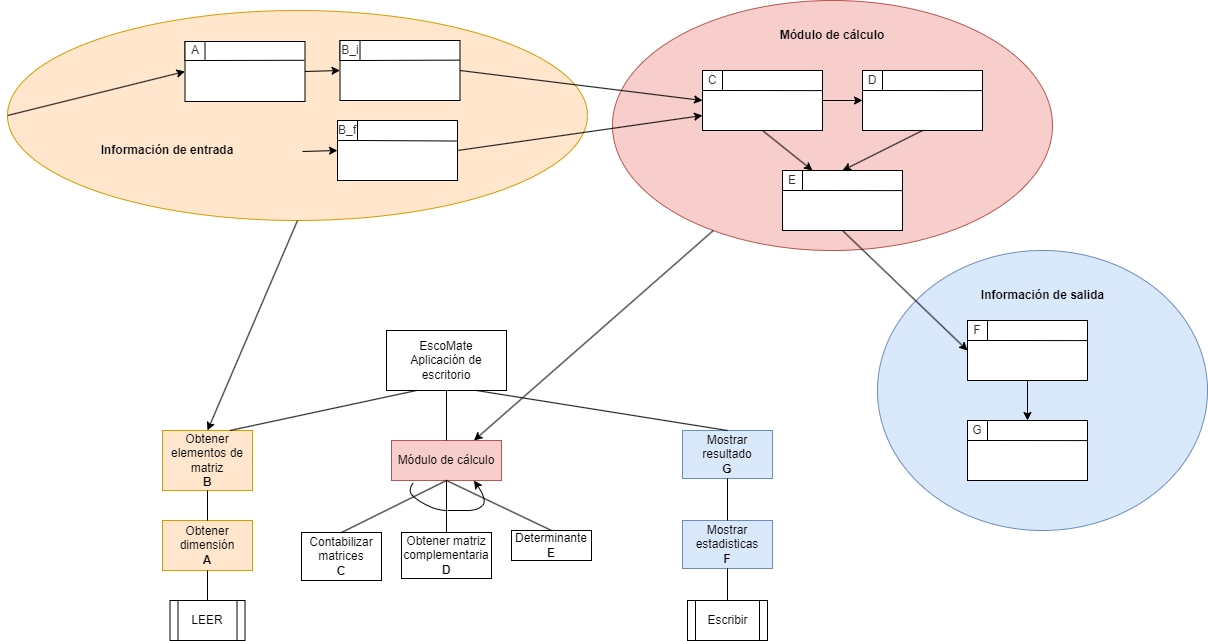
Before: Documentos/Diagramas/DiagramaEstructura-DiagramaEscritorio.drawio.png, a diagram exported from draw.io (DiegoZunigaRguez/determinantsByBlocks). Source tidied: cells renumbered, new cells last; positions are measured from the earlier drawing's top-left corner, leaving out a move shared by most shapes.
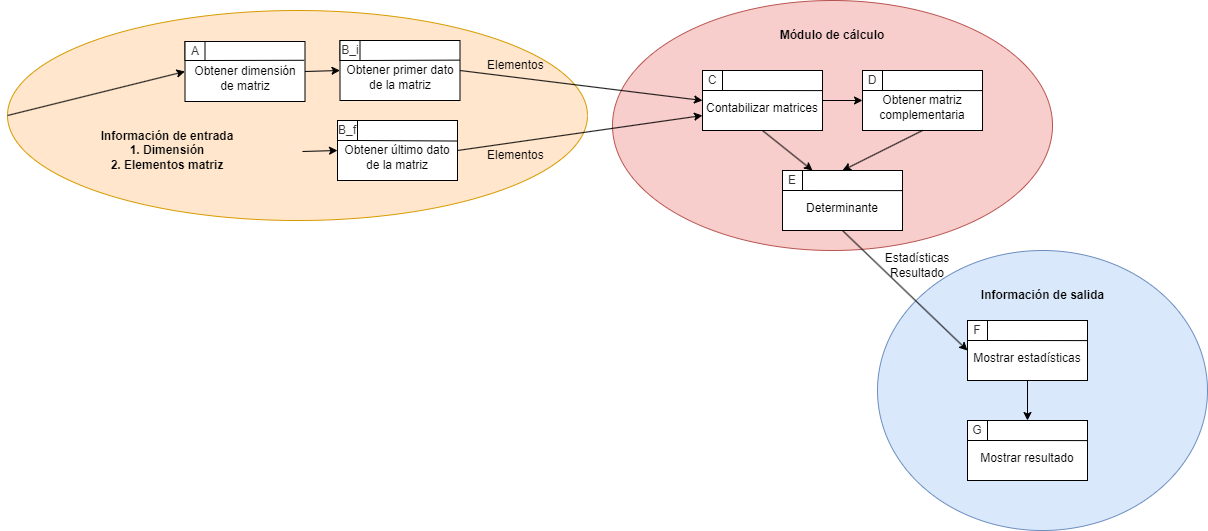
After the change.

The edit, as a diff of the source:
```diff
@@ -10,17 +10,2 @@
     </mxCell>
-    <mxCell id="4" value="EscoMate&lt;br&gt;Aplicación de escritorio" style="rounded=0;whiteSpace=wrap;html=1;" parent="1" vertex="1">
-      <mxGeometry x="379" y="330" width="120" height="60" as="geometry" />
-    </mxCell>
-    <mxCell id="5" value="Obtener dimensión&lt;br&gt;&lt;b&gt;A&lt;/b&gt;" style="rounded=0;whiteSpace=wrap;html=1;fillColor=#ffe6cc;strokeColor=#d79b00;" parent="1" vertex="1">
-      <mxGeometry x="155" y="520" width="90" height="50" as="geometry" />
-    </mxCell>
-    <mxCell id="6" value="Obtener elementos de matriz&lt;br&gt;&lt;b&gt;B&lt;/b&gt;" style="rounded=0;whiteSpace=wrap;html=1;fillColor=#ffe6cc;strokeColor=#d79b00;" parent="1" vertex="1">
-      <mxGeometry x="155" y="430" width="90" height="60" as="geometry" />
-    </mxCell>
-    <mxCell id="7" value="LEER" style="shape=process;whiteSpace=wrap;html=1;backgroundOutline=1;" parent="1" vertex="1">
-      <mxGeometry x="162.5" y="600" width="75" height="40" as="geometry" />
-    </mxCell>
-    <mxCell id="8" value="Módulo de cálculo" style="rounded=0;whiteSpace=wrap;html=1;fillColor=#f8cecc;strokeColor=#b85450;" parent="1" vertex="1">
-      <mxGeometry x="384" y="440" width="110" height="40" as="geometry" />
-    </mxCell>
     <mxCell id="9" style="ellipse;whiteSpace=wrap;html=1;fillColor=#ffe6cc;strokeColor=#d79b00;" parent="1" vertex="1">
@@ -34,5 +19,5 @@
     </mxCell>
-    <mxCell id="12" style="rounded=0;whiteSpace=wrap;html=1;" parent="11" vertex="1">
-      <mxGeometry width="120" height="60" as="geometry" />
-    </mxCell>
+    <mxCell id="75" value="&lt;br&gt;Obtener primer dato de la matriz" style="rounded=0;whiteSpace=wrap;html=1;" parent="11" vertex="1">
+      <mxGeometry width="120" height="60" as="geometry" />
+    </mxCell>
     <mxCell id="13" value="B_i" style="text;html=1;align=center;verticalAlign=middle;whiteSpace=wrap;rounded=0;fillColor=#FFFFFF;fontColor=#333333;strokeColor=#000000;" parent="11" vertex="1">
@@ -40,11 +25,11 @@
     </mxCell>
-    <mxCell id="14" style="endArrow=none;html=1;rounded=0;exitX=1;exitY=1;exitDx=0;exitDy=0;entryX=0.999;entryY=0.327;entryDx=0;entryDy=0;entryPerimeter=0;" parent="11" edge="1" source="13" target="12">
-      <mxGeometry relative="1" as="geometry" />
-    </mxCell>
-    <mxCell id="15" style="rounded=0;whiteSpace=wrap;html=1;" parent="10" vertex="1">
-      <mxGeometry y="1" width="120" height="60" as="geometry" />
-    </mxCell>
-    <mxCell id="16" style="endArrow=classic;html=1;rounded=0;exitX=1;exitY=0.5;exitDx=0;exitDy=0;entryX=0;entryY=0.5;entryDx=0;entryDy=0;" parent="10" edge="1" source="15" target="12">
-      <mxGeometry relative="1" as="geometry" />
-    </mxCell>
+    <mxCell id="76" style="endArrow=none;html=1;rounded=0;exitX=1;exitY=1;exitDx=0;exitDy=0;entryX=0.999;entryY=0.327;entryDx=0;entryDy=0;entryPerimeter=0;" parent="11" edge="1" source="13" target="75">
+      <mxGeometry relative="1" as="geometry" />
+    </mxCell>
+    <mxCell id="77" value="&lt;br&gt;Obtener dimensión de matriz" style="rounded=0;whiteSpace=wrap;html=1;" parent="10" vertex="1">
+      <mxGeometry y="1" width="120" height="60" as="geometry" />
+    </mxCell>
+    <mxCell id="78" style="endArrow=classic;html=1;rounded=0;exitX=1;exitY=0.5;exitDx=0;exitDy=0;entryX=0;entryY=0.5;entryDx=0;entryDy=0;" parent="10" edge="1" source="77" target="75">
+      <mxGeometry relative="1" as="geometry" />
+    </mxCell>
     <mxCell id="17" value="A" style="text;html=1;align=center;verticalAlign=middle;whiteSpace=wrap;rounded=0;fillColor=#FFFFFF;fontColor=#333333;strokeColor=#000000;" parent="10" vertex="1">
@@ -52,50 +37,8 @@
     </mxCell>
-    <mxCell id="18" style="endArrow=none;html=1;rounded=0;exitX=1;exitY=1;exitDx=0;exitDy=0;entryX=0.993;entryY=0.313;entryDx=0;entryDy=0;entryPerimeter=0;" parent="10" edge="1" source="17" target="15">
-      <mxGeometry relative="1" as="geometry" />
-    </mxCell>
-    <mxCell id="19" style="endArrow=classic;html=1;rounded=0;exitX=0;exitY=0.5;exitDx=0;exitDy=0;entryX=0;entryY=0.5;entryDx=0;entryDy=0;" parent="1" edge="1" source="9" target="15">
-      <mxGeometry relative="1" as="geometry" />
-    </mxCell>
-    <mxCell id="20" value="Obtener matriz complementaria&lt;br&gt;&lt;b&gt;D&lt;/b&gt;" style="rounded=0;whiteSpace=wrap;html=1;" parent="1" vertex="1">
-      <mxGeometry x="394" y="532" width="90" height="46" as="geometry" />
-    </mxCell>
-    <mxCell id="21" value="Contabilizar matrices&lt;br&gt;&lt;b&gt;C&lt;/b&gt;" style="rounded=0;whiteSpace=wrap;html=1;" parent="1" vertex="1">
-      <mxGeometry x="294" y="532" width="80" height="48" as="geometry" />
-    </mxCell>
-    <mxCell id="22" value="Determinante&lt;br&gt;&lt;b&gt;E&lt;/b&gt;" style="rounded=0;whiteSpace=wrap;html=1;" parent="1" vertex="1">
-      <mxGeometry x="504" y="530" width="80" height="30" as="geometry" />
-    </mxCell>
-    <mxCell id="23" style="endArrow=none;html=1;rounded=0;entryX=0.5;entryY=1;entryDx=0;entryDy=0;exitX=0.5;exitY=0;exitDx=0;exitDy=0;" parent="1" edge="1" source="21" target="8">
-      <mxGeometry relative="1" as="geometry" />
-    </mxCell>
-    <mxCell id="24" style="endArrow=none;html=1;rounded=0;entryX=0.5;entryY=1;entryDx=0;entryDy=0;exitX=0.5;exitY=0;exitDx=0;exitDy=0;" parent="1" edge="1" source="20" target="8">
-      <mxGeometry relative="1" as="geometry" />
-    </mxCell>
-    <mxCell id="25" style="endArrow=none;html=1;rounded=0;entryX=0.5;entryY=1;entryDx=0;entryDy=0;exitX=0.5;exitY=0;exitDx=0;exitDy=0;" parent="1" edge="1" source="22" target="8">
-      <mxGeometry relative="1" as="geometry" />
-    </mxCell>
-    <mxCell id="26" style="curved=1;endArrow=classic;html=1;rounded=0;exitX=0.199;exitY=1.057;exitDx=0;exitDy=0;exitPerimeter=0;entryX=0.75;entryY=1;entryDx=0;entryDy=0;" parent="1" edge="1" source="8" target="8">
-      <mxGeometry relative="1" as="geometry">
-        <Array as="points">
-          <mxPoint x="400" y="490" />
-          <mxPoint x="410" y="500" />
-          <mxPoint x="430" y="510" />
-          <mxPoint x="450" y="510" />
-          <mxPoint x="470" y="510" />
-          <mxPoint x="480" y="500" />
-        </Array>
-      </mxGeometry>
-    </mxCell>
-    <mxCell id="27" style="endArrow=none;html=1;rounded=0;entryX=0.25;entryY=1;entryDx=0;entryDy=0;exitX=0.75;exitY=0;exitDx=0;exitDy=0;" parent="1" edge="1" source="6" target="4">
-      <mxGeometry relative="1" as="geometry" />
-    </mxCell>
-    <mxCell id="28" style="endArrow=none;html=1;rounded=0;entryX=0.5;entryY=1;entryDx=0;entryDy=0;" parent="1" edge="1" source="5" target="6">
-      <mxGeometry relative="1" as="geometry" />
-    </mxCell>
-    <mxCell id="29" style="endArrow=none;html=1;rounded=0;entryX=0.5;entryY=1;entryDx=0;entryDy=0;exitX=0.5;exitY=0;exitDx=0;exitDy=0;" parent="1" edge="1" source="7" target="5">
-      <mxGeometry relative="1" as="geometry" />
-    </mxCell>
-    <mxCell id="30" style="endArrow=classic;html=1;rounded=0;entryX=0.5;entryY=0;entryDx=0;entryDy=0;exitX=0.5;exitY=1;exitDx=0;exitDy=0;" parent="1" edge="1" source="9" target="6">
-      <mxGeometry relative="1" as="geometry" />
-    </mxCell>
+    <mxCell id="79" style="endArrow=none;html=1;rounded=0;exitX=1;exitY=1;exitDx=0;exitDy=0;entryX=0.993;entryY=0.313;entryDx=0;entryDy=0;entryPerimeter=0;" parent="10" edge="1" source="17" target="77">
+      <mxGeometry relative="1" as="geometry" />
+    </mxCell>
+    <mxCell id="80" style="endArrow=classic;html=1;rounded=0;exitX=0;exitY=0.5;exitDx=0;exitDy=0;entryX=0;entryY=0.5;entryDx=0;entryDy=0;" parent="1" edge="1" source="9" target="77">
+      <mxGeometry relative="1" as="geometry" />
+    </mxCell>
     <mxCell id="31" style="group;" parent="1" vertex="1">
@@ -106,5 +49,5 @@
     </mxCell>
-    <mxCell id="33" style="rounded=0;whiteSpace=wrap;html=1;" parent="32" vertex="1">
-      <mxGeometry width="120" height="60" as="geometry" />
-    </mxCell>
+    <mxCell id="81" value="&lt;br&gt;Obtener último dato de la matriz" style="rounded=0;whiteSpace=wrap;html=1;" parent="32" vertex="1">
+      <mxGeometry width="120" height="60" as="geometry" />
+    </mxCell>
     <mxCell id="34" value="B_f" style="text;html=1;align=center;verticalAlign=middle;whiteSpace=wrap;rounded=0;fillColor=#FFFFFF;fontColor=#333333;strokeColor=#000000;" parent="32" vertex="1">
@@ -112,10 +55,10 @@
     </mxCell>
-    <mxCell id="35" style="endArrow=none;html=1;rounded=0;exitX=1;exitY=1;exitDx=0;exitDy=0;entryX=0.992;entryY=0.342;entryDx=0;entryDy=0;entryPerimeter=0;" parent="32" edge="1" source="34" target="33">
-      <mxGeometry relative="1" as="geometry" />
-    </mxCell>
-    <mxCell id="36" style="endArrow=classic;html=1;rounded=0;exitX=1;exitY=0.5;exitDx=0;exitDy=0;entryX=0;entryY=0.5;entryDx=0;entryDy=0;" parent="31" edge="1" target="33">
-      <mxGeometry relative="1" as="geometry">
-        <mxPoint y="31" as="sourcePoint" />
-      </mxGeometry>
-    </mxCell>
+    <mxCell id="82" style="endArrow=none;html=1;rounded=0;exitX=1;exitY=1;exitDx=0;exitDy=0;entryX=0.992;entryY=0.342;entryDx=0;entryDy=0;entryPerimeter=0;" parent="32" edge="1" source="34" target="81">
+      <mxGeometry relative="1" as="geometry" />
+    </mxCell>
+    <mxCell id="83" style="endArrow=classic;html=1;rounded=0;exitX=1;exitY=0.5;exitDx=0;exitDy=0;entryX=0;entryY=0.5;entryDx=0;entryDy=0;" parent="31" edge="1" target="81">
+      <mxGeometry relative="1" as="geometry">
+        <mxPoint y="31" as="sourcePoint" />
+      </mxGeometry>
+    </mxCell>
     <mxCell id="37" style="group;" parent="1" vertex="1">
@@ -123,5 +66,5 @@
     </mxCell>
-    <mxCell id="38" style="rounded=0;whiteSpace=wrap;html=1;" parent="37" vertex="1">
-      <mxGeometry width="120" height="60" as="geometry" />
-    </mxCell>
+    <mxCell id="84" value="&lt;br&gt;Contabilizar matrices" style="rounded=0;whiteSpace=wrap;html=1;" parent="37" vertex="1">
+      <mxGeometry width="120" height="60" as="geometry" />
+    </mxCell>
     <mxCell id="39" value="C" style="text;html=1;align=center;verticalAlign=middle;whiteSpace=wrap;rounded=0;fillColor=#FFFFFF;fontColor=#333333;strokeColor=#000000;" parent="37" vertex="1">
@@ -129,5 +72,5 @@
     </mxCell>
-    <mxCell id="40" style="endArrow=none;html=1;rounded=0;exitX=1;exitY=1;exitDx=0;exitDy=0;entryX=1.004;entryY=0.335;entryDx=0;entryDy=0;entryPerimeter=0;" parent="37" edge="1" source="39" target="38">
-      <mxGeometry relative="1" as="geometry" />
-    </mxCell>
+    <mxCell id="85" style="endArrow=none;html=1;rounded=0;exitX=1;exitY=1;exitDx=0;exitDy=0;entryX=1.004;entryY=0.335;entryDx=0;entryDy=0;entryPerimeter=0;" parent="37" edge="1" source="39" target="84">
+      <mxGeometry relative="1" as="geometry" />
+    </mxCell>
     <mxCell id="41" style="group;" parent="1" vertex="1">
@@ -135,5 +78,5 @@
     </mxCell>
-    <mxCell id="42" style="rounded=0;whiteSpace=wrap;html=1;" parent="41" vertex="1">
-      <mxGeometry width="120" height="60" as="geometry" />
-    </mxCell>
+    <mxCell id="86" value="&lt;br&gt;Obtener matriz complementaria" style="rounded=0;whiteSpace=wrap;html=1;" parent="41" vertex="1">
+      <mxGeometry width="120" height="60" as="geometry" />
+    </mxCell>
     <mxCell id="43" value="D" style="text;html=1;align=center;verticalAlign=middle;whiteSpace=wrap;rounded=0;fillColor=#FFFFFF;fontColor=#333333;strokeColor=#000000;" parent="41" vertex="1">
@@ -141,5 +84,5 @@
     </mxCell>
-    <mxCell id="44" style="endArrow=none;html=1;rounded=0;exitX=1;exitY=1;exitDx=0;exitDy=0;entryX=1.004;entryY=0.335;entryDx=0;entryDy=0;entryPerimeter=0;" parent="41" edge="1" source="43" target="42">
-      <mxGeometry relative="1" as="geometry" />
-    </mxCell>
+    <mxCell id="87" style="endArrow=none;html=1;rounded=0;exitX=1;exitY=1;exitDx=0;exitDy=0;entryX=1.004;entryY=0.335;entryDx=0;entryDy=0;entryPerimeter=0;" parent="41" edge="1" source="43" target="86">
+      <mxGeometry relative="1" as="geometry" />
+    </mxCell>
     <mxCell id="45" style="group;" parent="1" vertex="1">
@@ -147,5 +90,5 @@
     </mxCell>
-    <mxCell id="46" style="rounded=0;whiteSpace=wrap;html=1;" parent="45" vertex="1">
-      <mxGeometry width="120" height="60" as="geometry" />
-    </mxCell>
+    <mxCell id="88" value="&lt;br&gt;Determinante" style="rounded=0;whiteSpace=wrap;html=1;" parent="45" vertex="1">
+      <mxGeometry width="120" height="60" as="geometry" />
+    </mxCell>
     <mxCell id="47" value="E" style="text;html=1;align=center;verticalAlign=middle;whiteSpace=wrap;rounded=0;fillColor=#FFFFFF;fontColor=#333333;strokeColor=#000000;" parent="45" vertex="1">
@@ -153,23 +96,23 @@
     </mxCell>
-    <mxCell id="48" style="endArrow=none;html=1;rounded=0;exitX=1;exitY=1;exitDx=0;exitDy=0;entryX=1.004;entryY=0.335;entryDx=0;entryDy=0;entryPerimeter=0;" parent="45" edge="1" source="47" target="46">
-      <mxGeometry relative="1" as="geometry" />
-    </mxCell>
-    <mxCell id="49" value="Información de entrada" style="text;html=1;strokeColor=none;fillColor=none;align=center;verticalAlign=middle;whiteSpace=wrap;rounded=0;fontStyle=1;" parent="1" vertex="1">
-      <mxGeometry x="75" y="135" width="170" height="30" as="geometry" />
-    </mxCell>
-    <mxCell id="50" style="endArrow=classic;html=1;rounded=0;exitX=1;exitY=0.5;exitDx=0;exitDy=0;entryX=0;entryY=0.5;entryDx=0;entryDy=0;" parent="1" edge="1" source="12" target="38">
-      <mxGeometry relative="1" as="geometry" />
-    </mxCell>
-    <mxCell id="51" style="endArrow=classic;html=1;rounded=0;exitX=1;exitY=0.5;exitDx=0;exitDy=0;entryX=0;entryY=0.75;entryDx=0;entryDy=0;" parent="1" edge="1" source="33" target="38">
-      <mxGeometry relative="1" as="geometry" />
-    </mxCell>
-    <mxCell id="52" style="endArrow=classic;html=1;rounded=0;exitX=1;exitY=0.5;exitDx=0;exitDy=0;entryX=0;entryY=0.5;entryDx=0;entryDy=0;" parent="1" edge="1" source="38" target="42">
-      <mxGeometry relative="1" as="geometry" />
-    </mxCell>
-    <mxCell id="53" style="endArrow=classic;html=1;rounded=0;exitX=0.5;exitY=1;exitDx=0;exitDy=0;entryX=0.5;entryY=0;entryDx=0;entryDy=0;" parent="1" edge="1" source="42" target="46">
-      <mxGeometry relative="1" as="geometry" />
-    </mxCell>
-    <mxCell id="54" style="endArrow=classic;html=1;rounded=0;exitX=0.5;exitY=1;exitDx=0;exitDy=0;entryX=0.25;entryY=0;entryDx=0;entryDy=0;" parent="1" edge="1" source="38" target="46">
-      <mxGeometry relative="1" as="geometry" />
-    </mxCell>
+    <mxCell id="89" style="endArrow=none;html=1;rounded=0;exitX=1;exitY=1;exitDx=0;exitDy=0;entryX=1.004;entryY=0.335;entryDx=0;entryDy=0;entryPerimeter=0;" parent="45" edge="1" source="47" target="88">
+      <mxGeometry relative="1" as="geometry" />
+    </mxCell>
+    <mxCell id="90" value="Información de entrada&lt;br&gt;1. Dimensión&lt;br&gt;2. Elementos matriz" style="text;html=1;strokeColor=none;fillColor=none;align=center;verticalAlign=middle;whiteSpace=wrap;rounded=0;fontStyle=1;" parent="1" vertex="1">
+      <mxGeometry x="75" y="135" width="170" height="30" as="geometry" />
+    </mxCell>
+    <mxCell id="91" style="endArrow=classic;html=1;rounded=0;exitX=1;exitY=0.5;exitDx=0;exitDy=0;entryX=0;entryY=0.5;entryDx=0;entryDy=0;" parent="1" edge="1" source="75" target="84">
+      <mxGeometry relative="1" as="geometry" />
+    </mxCell>
+    <mxCell id="92" style="endArrow=classic;html=1;rounded=0;exitX=1;exitY=0.5;exitDx=0;exitDy=0;entryX=0;entryY=0.75;entryDx=0;entryDy=0;" parent="1" edge="1" source="81" target="84">
+      <mxGeometry relative="1" as="geometry" />
+    </mxCell>
+    <mxCell id="93" style="endArrow=classic;html=1;rounded=0;exitX=1;exitY=0.5;exitDx=0;exitDy=0;entryX=0;entryY=0.5;entryDx=0;entryDy=0;" parent="1" edge="1" source="84" target="86">
+      <mxGeometry relative="1" as="geometry" />
+    </mxCell>
+    <mxCell id="94" style="endArrow=classic;html=1;rounded=0;exitX=0.5;exitY=1;exitDx=0;exitDy=0;entryX=0.5;entryY=0;entryDx=0;entryDy=0;" parent="1" edge="1" source="86" target="88">
+      <mxGeometry relative="1" as="geometry" />
+    </mxCell>
+    <mxCell id="95" style="endArrow=classic;html=1;rounded=0;exitX=0.5;exitY=1;exitDx=0;exitDy=0;entryX=0.25;entryY=0;entryDx=0;entryDy=0;" parent="1" edge="1" source="84" target="88">
+      <mxGeometry relative="1" as="geometry" />
+    </mxCell>
     <mxCell id="55" value="Módulo de cálculo" style="text;html=1;strokeColor=none;fillColor=none;align=center;verticalAlign=middle;whiteSpace=wrap;rounded=0;fontStyle=1;" parent="1" vertex="1">
@@ -177,11 +120,2 @@
     </mxCell>
-    <mxCell id="56" style="endArrow=none;html=1;rounded=0;exitX=0.5;exitY=1;exitDx=0;exitDy=0;entryX=0.5;entryY=0;entryDx=0;entryDy=0;" parent="1" edge="1" source="4" target="8">
-      <mxGeometry relative="1" as="geometry" />
-    </mxCell>
-    <mxCell id="57" style="endArrow=classic;html=1;rounded=0;entryX=0.75;entryY=0;entryDx=0;entryDy=0;" parent="1" edge="1" source="3" target="8">
-      <mxGeometry relative="1" as="geometry" />
-    </mxCell>
-    <mxCell id="58" value="Escribir" style="shape=process;whiteSpace=wrap;html=1;backgroundOutline=1;" parent="1" vertex="1">
-      <mxGeometry x="680" y="600" width="80" height="40" as="geometry" />
-    </mxCell>
     <mxCell id="59" style="group;" parent="1" vertex="1">
@@ -189,5 +123,5 @@
     </mxCell>
-    <mxCell id="60" style="rounded=0;whiteSpace=wrap;html=1;" parent="59" vertex="1">
-      <mxGeometry width="120" height="60" as="geometry" />
-    </mxCell>
+    <mxCell id="96" value="&lt;br&gt;Mostrar estadísticas" style="rounded=0;whiteSpace=wrap;html=1;" parent="59" vertex="1">
+      <mxGeometry width="120" height="60" as="geometry" />
+    </mxCell>
     <mxCell id="61" value="F" style="text;html=1;align=center;verticalAlign=middle;whiteSpace=wrap;rounded=0;fillColor=#FFFFFF;fontColor=#333333;strokeColor=#000000;" parent="59" vertex="1">
@@ -195,20 +129,5 @@
     </mxCell>
-    <mxCell id="62" style="endArrow=none;html=1;rounded=0;exitX=1;exitY=1;exitDx=0;exitDy=0;entryX=1.004;entryY=0.335;entryDx=0;entryDy=0;entryPerimeter=0;" parent="59" edge="1" source="61" target="60">
-      <mxGeometry relative="1" as="geometry" />
-    </mxCell>
-    <mxCell id="63" value="Mostrar resultado&lt;br&gt;&lt;b&gt;G&lt;/b&gt;" style="rounded=0;whiteSpace=wrap;html=1;fillColor=#dae8fc;strokeColor=#6c8ebf;" parent="1" vertex="1">
-      <mxGeometry x="675" y="430" width="90" height="48" as="geometry" />
-    </mxCell>
-    <mxCell id="64" value="Mostrar estadisticas&lt;br&gt;&lt;b&gt;F&lt;/b&gt;" style="rounded=0;whiteSpace=wrap;html=1;fillColor=#dae8fc;strokeColor=#6c8ebf;" parent="1" vertex="1">
-      <mxGeometry x="675" y="520" width="90" height="48" as="geometry" />
-    </mxCell>
-    <mxCell id="65" style="endArrow=none;html=1;rounded=0;exitX=0.75;exitY=1;exitDx=0;exitDy=0;entryX=0.5;entryY=0;entryDx=0;entryDy=0;" parent="1" edge="1" source="4" target="63">
-      <mxGeometry relative="1" as="geometry" />
-    </mxCell>
-    <mxCell id="66" style="endArrow=none;html=1;rounded=0;entryX=0.5;entryY=1;entryDx=0;entryDy=0;" parent="1" edge="1" source="64" target="63">
-      <mxGeometry relative="1" as="geometry" />
-    </mxCell>
-    <mxCell id="67" style="endArrow=none;html=1;rounded=0;entryX=0.5;entryY=1;entryDx=0;entryDy=0;exitX=0.5;exitY=0;exitDx=0;exitDy=0;" parent="1" edge="1" source="58" target="64">
-      <mxGeometry relative="1" as="geometry" />
-    </mxCell>
+    <mxCell id="97" style="endArrow=none;html=1;rounded=0;exitX=1;exitY=1;exitDx=0;exitDy=0;entryX=1.004;entryY=0.335;entryDx=0;entryDy=0;entryPerimeter=0;" parent="59" edge="1" source="61" target="96">
+      <mxGeometry relative="1" as="geometry" />
+    </mxCell>
     <mxCell id="68" style="group;" parent="1" vertex="1">
@@ -216,5 +135,5 @@
     </mxCell>
-    <mxCell id="69" style="rounded=0;whiteSpace=wrap;html=1;" parent="68" vertex="1">
-      <mxGeometry width="120" height="60" as="geometry" />
-    </mxCell>
+    <mxCell id="98" value="&lt;br&gt;Mostrar resultado" style="rounded=0;whiteSpace=wrap;html=1;" parent="68" vertex="1">
+      <mxGeometry width="120" height="60" as="geometry" />
+    </mxCell>
     <mxCell id="70" value="G" style="text;html=1;align=center;verticalAlign=middle;whiteSpace=wrap;rounded=0;fillColor=#FFFFFF;fontColor=#333333;strokeColor=#000000;" parent="68" vertex="1">
@@ -222,11 +141,11 @@
     </mxCell>
-    <mxCell id="71" style="endArrow=none;html=1;rounded=0;exitX=1;exitY=1;exitDx=0;exitDy=0;entryX=1.004;entryY=0.335;entryDx=0;entryDy=0;entryPerimeter=0;" parent="68" edge="1" source="70" target="69">
-      <mxGeometry relative="1" as="geometry" />
-    </mxCell>
-    <mxCell id="72" style="endArrow=classic;html=1;rounded=0;exitX=0.5;exitY=1;exitDx=0;exitDy=0;entryX=0;entryY=0.5;entryDx=0;entryDy=0;" parent="1" edge="1" source="46" target="60">
-      <mxGeometry relative="1" as="geometry" />
-    </mxCell>
-    <mxCell id="73" style="endArrow=classic;html=1;rounded=0;exitX=0.5;exitY=1;exitDx=0;exitDy=0;entryX=0.5;entryY=0;entryDx=0;entryDy=0;" parent="1" edge="1" source="60" target="69">
-      <mxGeometry relative="1" as="geometry" />
-    </mxCell>
+    <mxCell id="99" style="endArrow=none;html=1;rounded=0;exitX=1;exitY=1;exitDx=0;exitDy=0;entryX=1.004;entryY=0.335;entryDx=0;entryDy=0;entryPerimeter=0;" parent="68" edge="1" source="70" target="98">
+      <mxGeometry relative="1" as="geometry" />
+    </mxCell>
+    <mxCell id="100" style="endArrow=classic;html=1;rounded=0;exitX=0.5;exitY=1;exitDx=0;exitDy=0;entryX=0;entryY=0.5;entryDx=0;entryDy=0;" parent="1" edge="1" source="88" target="96">
+      <mxGeometry relative="1" as="geometry" />
+    </mxCell>
+    <mxCell id="101" style="endArrow=classic;html=1;rounded=0;exitX=0.5;exitY=1;exitDx=0;exitDy=0;entryX=0.5;entryY=0;entryDx=0;entryDy=0;" parent="1" edge="1" source="96" target="98">
+      <mxGeometry relative="1" as="geometry" />
+    </mxCell>
     <mxCell id="74" value="&lt;b&gt;Información de salida&lt;/b&gt;" style="text;html=1;strokeColor=none;fillColor=none;align=center;verticalAlign=middle;whiteSpace=wrap;rounded=0;" parent="1" vertex="1">
@@ -234,2 +153,11 @@
     </mxCell>
+    <mxCell id="102" value="Elementos&amp;nbsp;" style="text;html=1;strokeColor=none;fillColor=none;align=center;verticalAlign=middle;whiteSpace=wrap;rounded=0;" parent="1" vertex="1">
+      <mxGeometry x="480" y="50" width="60" height="30" as="geometry" />
+    </mxCell>
+    <mxCell id="103" value="Elementos&amp;nbsp;" style="text;html=1;strokeColor=none;fillColor=none;align=center;verticalAlign=middle;whiteSpace=wrap;rounded=0;" parent="1" vertex="1">
+      <mxGeometry x="480" y="140" width="60" height="30" as="geometry" />
+    </mxCell>
+    <mxCell id="104" value="Estadísticas&lt;br&gt;Resultado" style="text;html=1;strokeColor=none;fillColor=none;align=center;verticalAlign=middle;whiteSpace=wrap;rounded=0;" parent="1" vertex="1">
+      <mxGeometry x="880" y="250" width="60" height="30" as="geometry" />
+    </mxCell>
   </root>
```
